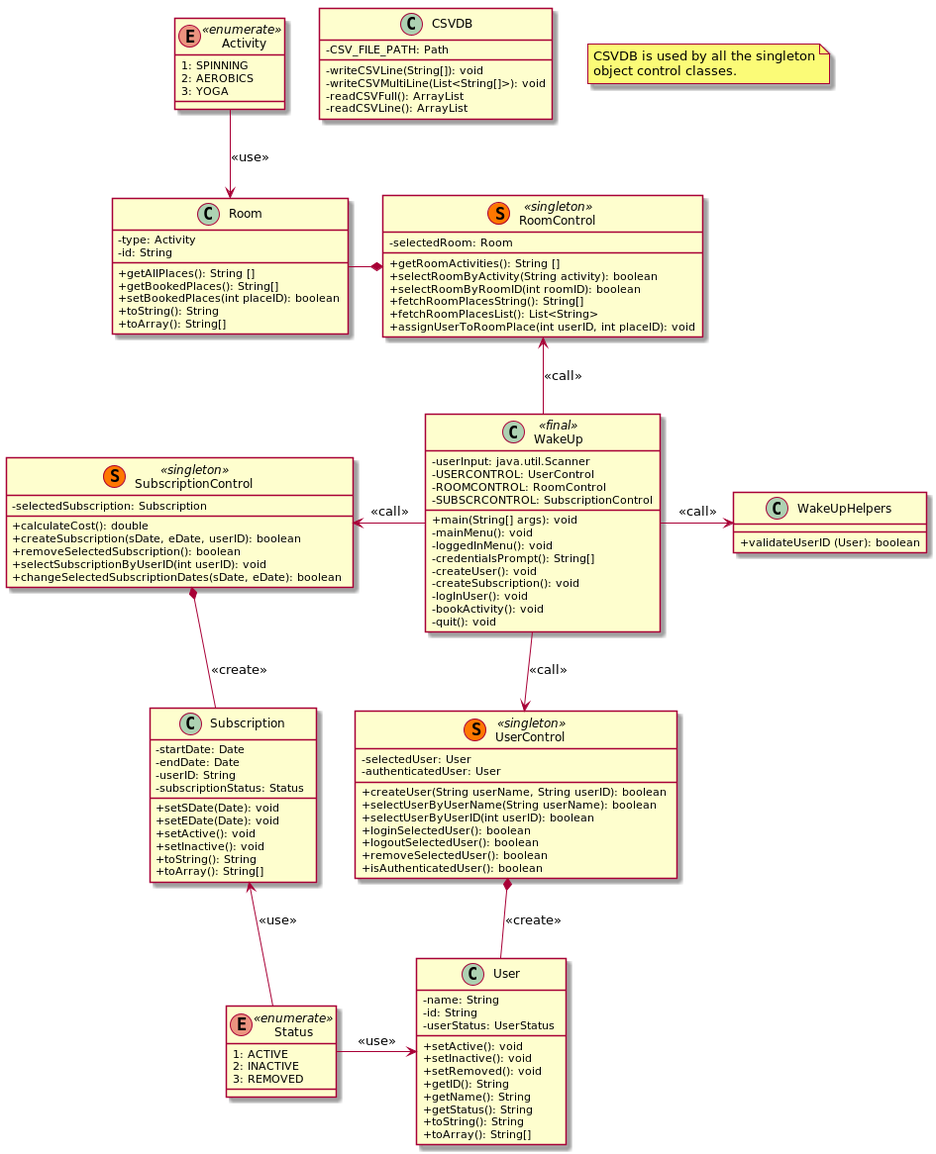
The PlantUML diagram UML_A2.png in weleoka/A02_u01, before a commit.
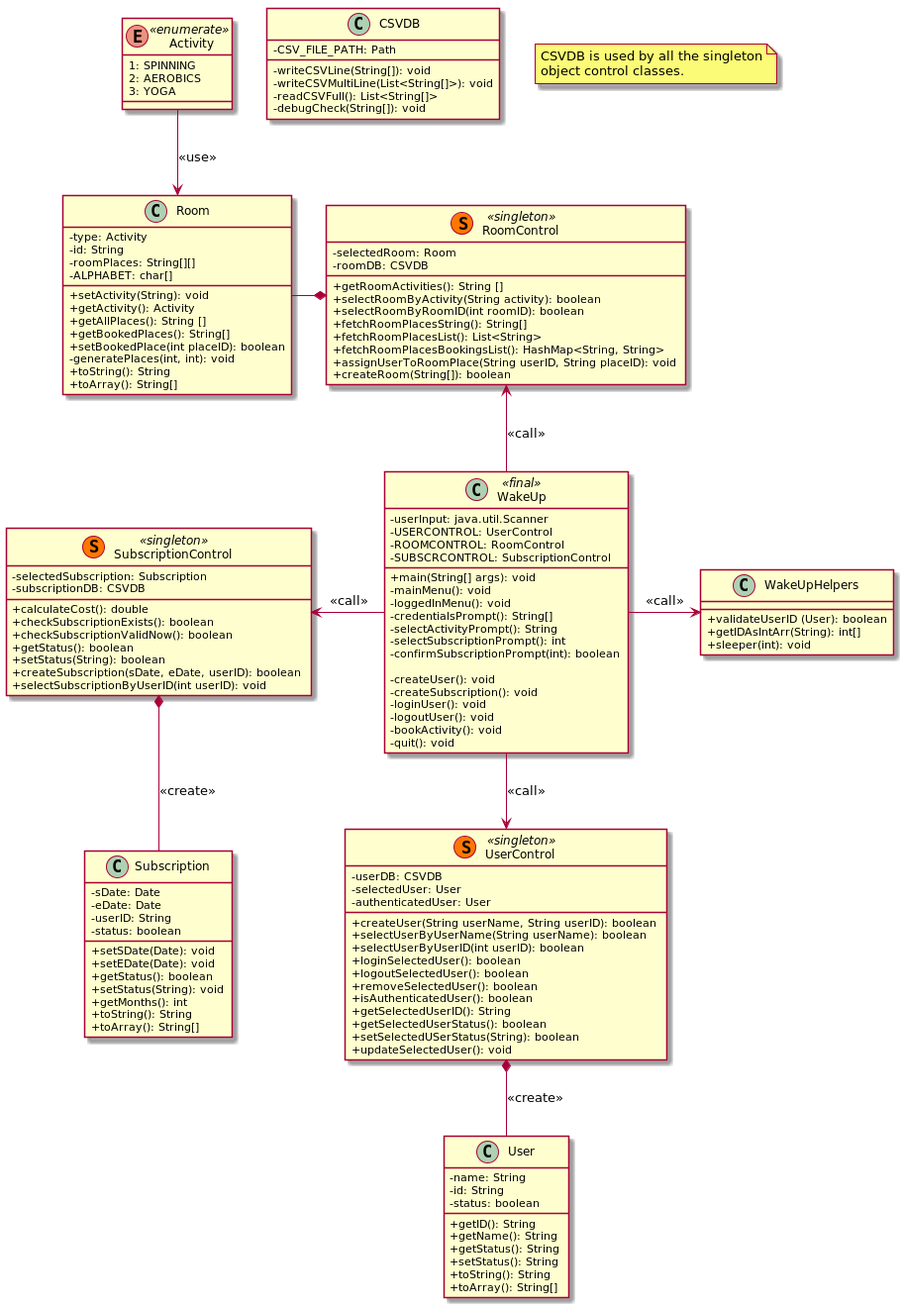
Later version of the same file.

Diff of the diagram source:
```diff
@@ -13,39 +13,54 @@
     - mainMenu(): void
     - loggedInMenu(): void
     - credentialsPrompt(): String[]
+    - selectActivityPrompt(): String
+    - selectSubscriptionPrompt(): int
+    - confirmSubscriptionPrompt(int): boolean
+
     - createUser(): void
     - createSubscription(): void
-    - logInUser(): void
+    - loginUser(): void
+    - logoutUser(): void
     - bookActivity(): void
     - quit(): void
 }
 class WakeUpHelpers {
     + validateUserID (User): boolean
+    + getIDAsIntArr(String): int[]
+    + sleeper(int): void
 }
 class CSVDB {
     - CSV_FILE_PATH: Path
     - writeCSVLine(String[]): void
     - writeCSVMultiLine(List<String[]>): void
-    - readCSVFull(): ArrayList
-    - readCSVLine(): ArrayList
+    - readCSVFull(): List<String[]>
+    - debugCheck(String[]): void
 }
 
 
 class RoomControl <<(S, #FF7700) singleton>> {
     - selectedRoom: Room
+    - roomDB: CSVDB
     + getRoomActivities(): String []
     + selectRoomByActivity(String activity): boolean
     + selectRoomByRoomID(int roomID): boolean
     + fetchRoomPlacesString(): String[]
     + fetchRoomPlacesList(): List<String>
-    + assignUserToRoomPlace(int userID, int placeID): void
+    + fetchRoomPlacesBookingsList(): HashMap<String, String>
+    + assignUserToRoomPlace(String userID, String placeID): void
+    + createRoom(String[]): boolean
 }
 class Room {
     - type: Activity
     - id: String
+    - roomPlaces: String[][]
+    - ALPHABET: char[]
+    + setActivity(String): void
+    + getActivity(): Activity
     + getAllPlaces(): String []
     + getBookedPlaces(): String[]
-    + setBookedPlaces(int placeID): boolean
+    + setBookedPlace(int placeID): boolean
+    - generatePlaces(int, int): void
     + toString(): String
     + toArray(): String[]
 }
@@ -58,6 +73,7 @@
 
 
 class UserControl <<(S, #FF7700) singleton>> {
+    - userDB: CSVDB
     - selectedUser: User
     - authenticatedUser: User
     + createUser(String userName, String userID): boolean
@@ -67,45 +83,46 @@
     + logoutSelectedUser(): boolean
     + removeSelectedUser(): boolean
     + isAuthenticatedUser(): boolean
+    + getSelectedUserID(): String
+    + getSelectedUserStatus(): boolean
+    + setSelectedUSerStatus(String): boolean
+    + updateSelectedUser(): void
 }
 class User {
     - name: String
     - id: String
-    - userStatus: UserStatus
-    + setActive(): void
-    + setInactive(): void
-    + setRemoved(): void
+    - status: boolean
     + getID(): String
     + getName(): String
     + getStatus(): String
+    + setStatus(): String
     + toString(): String
     + toArray(): String[]
-}
-enum Status <<enumerate>> {
-    1: ACTIVE
-    2: INACTIVE
-    3: REMOVED
 }
 
 
 
 class SubscriptionControl <<(S, #FF7700) singleton>> {
     - selectedSubscription: Subscription
+    - subscriptionDB: CSVDB
     + calculateCost(): double
+    + checkSubscriptionExists(): boolean
+    + checkSubscriptionValidNow(): boolean
+    + getStatus(): boolean
+    + setStatus(String): boolean
     + createSubscription(sDate, eDate, userID): boolean
-    + removeSelectedSubscription(): boolean
     + selectSubscriptionByUserID(int userID): void
-    + changeSelectedSubscriptionDates(sDate, eDate): boolean
 }
 class Subscription {
-    - startDate: Date
-    - endDate: Date
+    - sDate: Date
+    - eDate: Date
     - userID: String
-    - subscriptionStatus: Status
+    - status: boolean
     + setSDate(Date): void
     + setEDate(Date): void
-    + setActive(): void
-    + setInactive(): void
+    + getStatus(): boolean
+    + setStatus(String): void
+    + getMonths(): int
     + toString(): String
     + toArray(): String[]
 }
@@ -116,9 +133,7 @@
 
 WakeUp                  -->     UserControl: <<call>>
 SubscriptionControl     *--     Subscription: <<create>>
-Subscription            <--     Status: <<use>>
 UserControl             *--     User: <<create>>
-Status                  ->      User: <<use>>
 RoomControl             <--     WakeUp: <<call>>
 Room                    -*      RoomControl
 Activity                -->     Room: <<use>>
```
